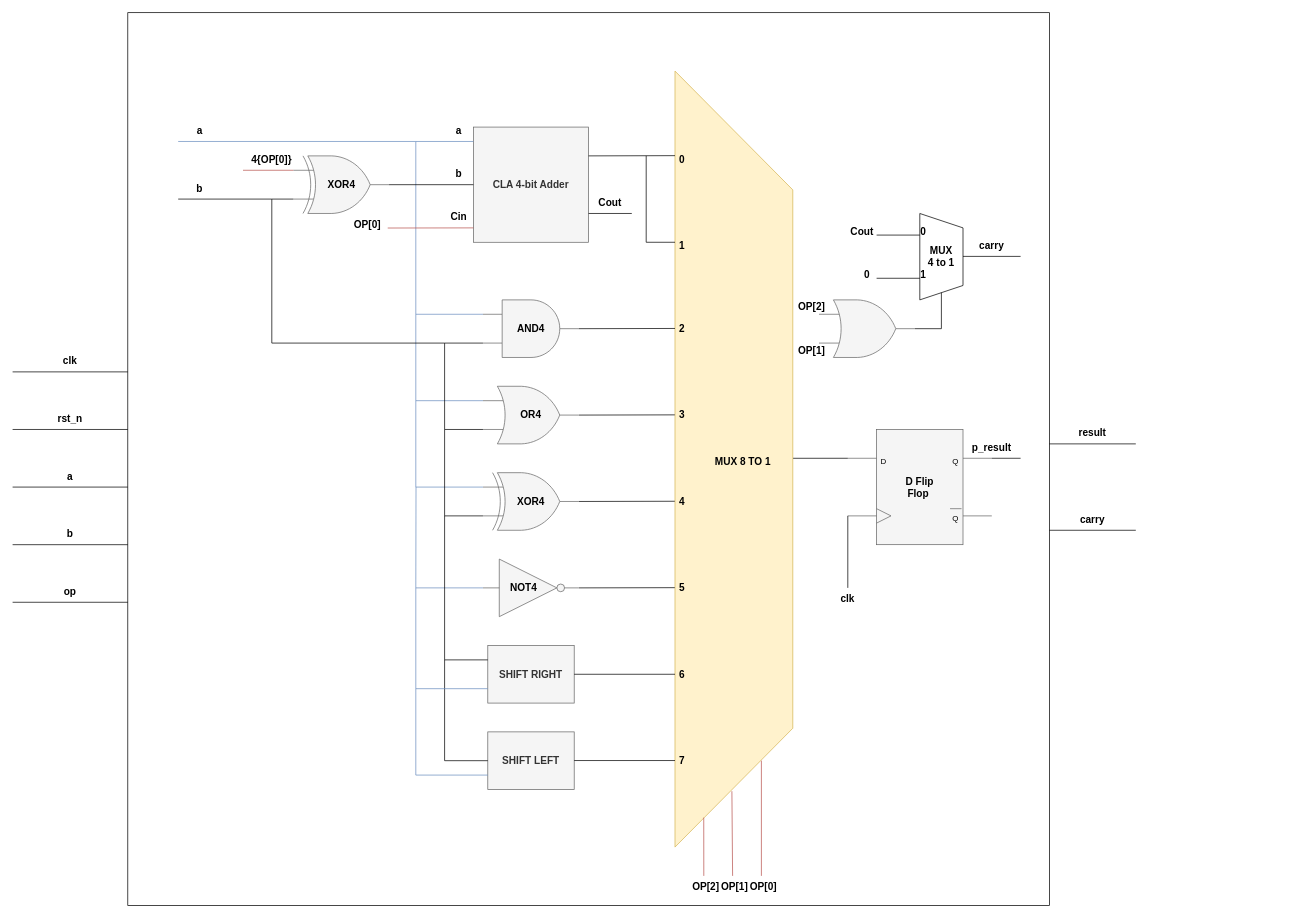
Earlier version of the draw.io diagram 99_doc/block_diagram.drawio (thanhtunglk1/ALU_synthesis). Source tidied: cells renumbered, new cells numbered last; positions are measured from the earlier drawing's top-left corner, leaving out a move shared by most shapes. Both pictures are drawn from the tidied source at 72%, with x=0, y=0 at pixel (12, 12).
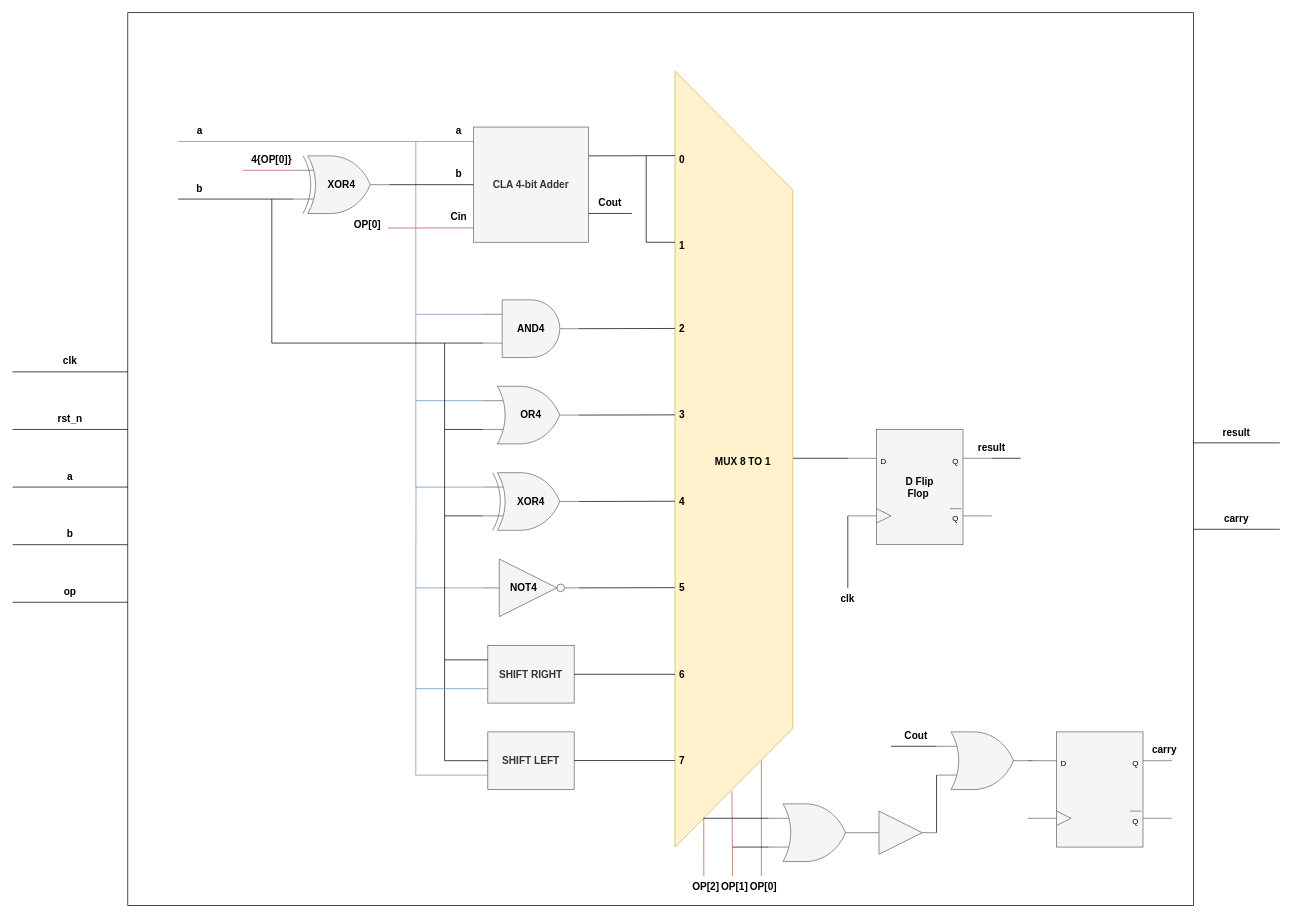
After the change.

Change to the diagram source:
```diff
@@
     <mxCell id="2" style="rounded=0;whiteSpace=wrap;html=1;fontSize=14;fontStyle=1;" parent="1" vertex="1">
-      <mxGeometry x="160" y="0.1" width="1280" height="1240" as="geometry" />
+      <mxGeometry x="160" y="0.1" width="1480" height="1240" as="geometry" />
     </mxCell>
@@
-    <mxCell id="68" value="p_result" style="text;html=1;align=center;verticalAlign=middle;whiteSpace=wrap;rounded=0;fontSize=14;fontStyle=1;" parent="1" vertex="1">
-      <mxGeometry x="1330" y="589" width="60" height="30" as="geometry" />
-    </mxCell>
     <mxCell id="69" value="result" style="text;html=1;align=center;verticalAlign=middle;whiteSpace=wrap;rounded=0;fontSize=14;fontStyle=1;" parent="1" vertex="1">
-      <mxGeometry x="1470" y="569" width="60" height="30" as="geometry" />
+      <mxGeometry x="1670" y="567.6" width="60" height="30" as="geometry" />
     </mxCell>
@@
     <mxCell id="82" style="verticalLabelPosition=bottom;shadow=0;dashed=0;align=center;html=1;verticalAlign=top;shape=mxgraph.electrical.logic_gates.logic_gate;operation=or;fillColor=#f5f5f5;strokeColor=#666666;fontSize=14;fontStyle=1;fontColor=#333333;" parent="1" vertex="1">
-      <mxGeometry x="1120" y="399" width="133.3" height="80" as="geometry" />
+      <mxGeometry x="1050" y="1099" width="133.3" height="80" as="geometry" />
     </mxCell>
-    <mxCell id="83" style="shape=trapezoid;perimeter=trapezoidPerimeter;whiteSpace=wrap;html=1;fixedSize=1;rotation=90;fontSize=14;fontStyle=1;" parent="1" vertex="1">
-      <mxGeometry x="1230" y="309" width="120" height="60" as="geometry" />
-    </mxCell>
-    <mxCell id="84" style="endArrow=none;html=1;exitX=1;exitY=0.5;exitDx=0;exitDy=0;exitPerimeter=0;entryX=1;entryY=0.5;entryDx=0;entryDy=0;rounded=0;curved=0;fontSize=14;fontStyle=1;" parent="1" edge="1" source="82" target="83">
-      <mxGeometry relative="1" as="geometry">
-        <Array as="points">
-          <mxPoint x="1290" y="439" />
-        </Array>
-      </mxGeometry>
-    </mxCell>
@@
-    <mxCell id="86" style="endArrow=none;html=1;exitX=1;exitY=0.25;exitDx=0;exitDy=0;exitPerimeter=0;fontSize=14;fontStyle=1;" parent="1" edge="1">
-      <mxGeometry relative="1" as="geometry">
-        <mxPoint x="1320" y="338.6" as="sourcePoint" />
-        <mxPoint x="1400" y="338.6" as="targetPoint" />
-      </mxGeometry>
-    </mxCell>
-    <mxCell id="87" value="carry" style="text;html=1;align=center;verticalAlign=middle;whiteSpace=wrap;rounded=0;fontSize=14;fontStyle=1;" parent="1" vertex="1">
-      <mxGeometry x="1330" y="309" width="60" height="30" as="geometry" />
-    </mxCell>
-    <mxCell id="88" value="MUX 4 to 1" style="text;html=1;align=center;verticalAlign=middle;whiteSpace=wrap;rounded=0;fontSize=14;fontStyle=1;" parent="1" vertex="1">
-      <mxGeometry x="1270" y="314" width="40" height="50" as="geometry" />
-    </mxCell>
-    <mxCell id="89" style="endArrow=none;html=1;exitX=0.75;exitY=1;exitDx=0;exitDy=0;fontSize=14;fontStyle=1;" parent="1" edge="1" source="83">
-      <mxGeometry relative="1" as="geometry">
-        <mxPoint x="1200" y="369" as="targetPoint" />
-      </mxGeometry>
-    </mxCell>
-    <mxCell id="90" style="endArrow=none;html=1;exitX=0.25;exitY=1;exitDx=0;exitDy=0;fontSize=14;fontStyle=1;" parent="1" edge="1" source="83">
-      <mxGeometry relative="1" as="geometry">
-        <mxPoint x="1200" y="309" as="targetPoint" />
-      </mxGeometry>
-    </mxCell>
-    <mxCell id="91" value="0" style="text;html=1;align=center;verticalAlign=middle;whiteSpace=wrap;rounded=0;fontSize=14;fontStyle=1;" parent="1" vertex="1">
-      <mxGeometry x="1235" y="289" width="60" height="30" as="geometry" />
-    </mxCell>
-    <mxCell id="92" value="1" style="text;html=1;align=center;verticalAlign=middle;whiteSpace=wrap;rounded=0;fontSize=14;fontStyle=1;" parent="1" vertex="1">
-      <mxGeometry x="1235" y="349" width="60" height="30" as="geometry" />
-    </mxCell>
-    <mxCell id="93" value="Cout" style="text;html=1;align=center;verticalAlign=middle;whiteSpace=wrap;rounded=0;fontSize=14;fontStyle=1;" parent="1" vertex="1">
-      <mxGeometry x="1150" y="289" width="60" height="30" as="geometry" />
-    </mxCell>
-    <mxCell id="94" value="0" style="text;html=1;align=center;verticalAlign=middle;whiteSpace=wrap;rounded=0;fontSize=14;fontStyle=1;" parent="1" vertex="1">
-      <mxGeometry x="1156.7" y="349" width="60" height="30" as="geometry" />
-    </mxCell>
     <mxCell id="95" style="endArrow=none;html=1;exitX=1;exitY=0.5;exitDx=0;exitDy=0;fontSize=14;fontStyle=1;" parent="1" edge="1">
       <mxGeometry relative="1" as="geometry">
-        <mxPoint x="1440" y="719" as="sourcePoint" />
-        <mxPoint x="1560" y="719" as="targetPoint" />
+        <mxPoint x="1640" y="717.6" as="sourcePoint" />
+        <mxPoint x="1760" y="717.6" as="targetPoint" />
       </mxGeometry>
     </mxCell>
     <mxCell id="96" style="endArrow=none;html=1;exitX=1;exitY=0.5;exitDx=0;exitDy=0;fontSize=14;fontStyle=1;" parent="1" edge="1">
       <mxGeometry relative="1" as="geometry">
-        <mxPoint x="1440" y="599" as="sourcePoint" />
-        <mxPoint x="1560" y="599" as="targetPoint" />
+        <mxPoint x="1640" y="597.6" as="sourcePoint" />
+        <mxPoint x="1760" y="597.6" as="targetPoint" />
       </mxGeometry>
     </mxCell>
     <mxCell id="97" value="carry" style="text;html=1;align=center;verticalAlign=middle;whiteSpace=wrap;rounded=0;fontSize=14;fontStyle=1;" parent="1" vertex="1">
-      <mxGeometry x="1470" y="689" width="60" height="30" as="geometry" />
+      <mxGeometry x="1670" y="687.6" width="60" height="30" as="geometry" />
     </mxCell>
-    <mxCell id="98" value="OP&lt;span style=&quot;background-color: transparent;&quot;&gt;[2]&lt;/span&gt;" style="text;html=1;align=center;verticalAlign=middle;whiteSpace=wrap;rounded=0;fontSize=14;fontStyle=1;" parent="1" vertex="1">
-      <mxGeometry x="1080" y="394" width="60" height="30" as="geometry" />
-    </mxCell>
-    <mxCell id="99" value="OP&lt;span style=&quot;background-color: transparent;&quot;&gt;[1]&lt;/span&gt;" style="text;html=1;align=center;verticalAlign=middle;whiteSpace=wrap;rounded=0;fontSize=14;fontStyle=1;" parent="1" vertex="1">
-      <mxGeometry x="1080" y="454" width="60" height="30" as="geometry" />
-    </mxCell>
+    <mxCell id="100" style="verticalLabelPosition=bottom;shadow=0;dashed=0;align=center;html=1;verticalAlign=top;shape=mxgraph.electrical.logic_gates.buffer2;fillColor=#f5f5f5;fontColor=#333333;strokeColor=#666666;" parent="1" vertex="1">
+      <mxGeometry x="1183.3" y="1109" width="100" height="60" as="geometry" />
+    </mxCell>
+    <mxCell id="101" style="endArrow=none;html=1;exitX=0;exitY=0.25;exitDx=0;exitDy=0;exitPerimeter=0;" parent="1" edge="1" source="82">
+      <mxGeometry relative="1" as="geometry">
+        <mxPoint x="960" y="1119" as="targetPoint" />
+      </mxGeometry>
+    </mxCell>
+    <mxCell id="102" style="endArrow=none;html=1;entryX=0;entryY=0.75;entryDx=0;entryDy=0;entryPerimeter=0;" parent="1" edge="1" target="82">
+      <mxGeometry relative="1" as="geometry">
+        <mxPoint x="1000" y="1159" as="sourcePoint" />
+      </mxGeometry>
+    </mxCell>
+    <mxCell id="103" style="verticalLabelPosition=bottom;shadow=0;dashed=0;align=center;html=1;verticalAlign=top;shape=mxgraph.electrical.logic_gates.logic_gate;operation=or;fillColor=#f5f5f5;strokeColor=#666666;fontSize=14;fontStyle=1;fontColor=#333333;" parent="1" vertex="1">
+      <mxGeometry x="1283.3" y="999" width="133.3" height="80" as="geometry" />
+    </mxCell>
+    <mxCell id="104" style="endArrow=none;html=1;exitX=1;exitY=0.5;exitDx=0;exitDy=0;entryX=0;entryY=0.75;entryDx=0;entryDy=0;entryPerimeter=0;" parent="1" edge="1" source="100" target="103">
+      <mxGeometry relative="1" as="geometry" />
+    </mxCell>
+    <mxCell id="105" style="endArrow=none;html=1;fontSize=14;fontStyle=1;" parent="1" edge="1">
+      <mxGeometry relative="1" as="geometry">
+        <mxPoint x="1220" y="1019" as="sourcePoint" />
+        <mxPoint x="1283.3" y="1019" as="targetPoint" />
+      </mxGeometry>
+    </mxCell>
+    <mxCell id="93" value="Cout" style="text;html=1;align=center;verticalAlign=middle;whiteSpace=wrap;rounded=0;fontSize=14;fontStyle=1;" parent="1" vertex="1">
+      <mxGeometry x="1225" y="989" width="60" height="30" as="geometry" />
+    </mxCell>
+    <mxCell id="87" value="carry" style="text;html=1;align=center;verticalAlign=middle;whiteSpace=wrap;rounded=0;fontSize=14;fontStyle=1;" parent="1" vertex="1">
+      <mxGeometry x="1570" y="1009" width="60" height="30" as="geometry" />
+    </mxCell>
+    <mxCell id="106" style="verticalLabelPosition=bottom;shadow=0;dashed=0;align=center;html=1;verticalAlign=top;shape=mxgraph.electrical.logic_gates.d_type_flip-flop;fillColor=#f5f5f5;strokeColor=#666666;fontColor=#333333;fontSize=14;fontStyle=1;" parent="1" vertex="1">
+      <mxGeometry x="1410" y="999" width="200" height="160" as="geometry" />
+    </mxCell>
+    <mxCell id="107" value="result" style="text;html=1;align=center;verticalAlign=middle;whiteSpace=wrap;rounded=0;fontSize=14;fontStyle=1;" parent="1" vertex="1">
+      <mxGeometry x="1330" y="589" width="60" height="30" as="geometry" />
+    </mxCell>
```
